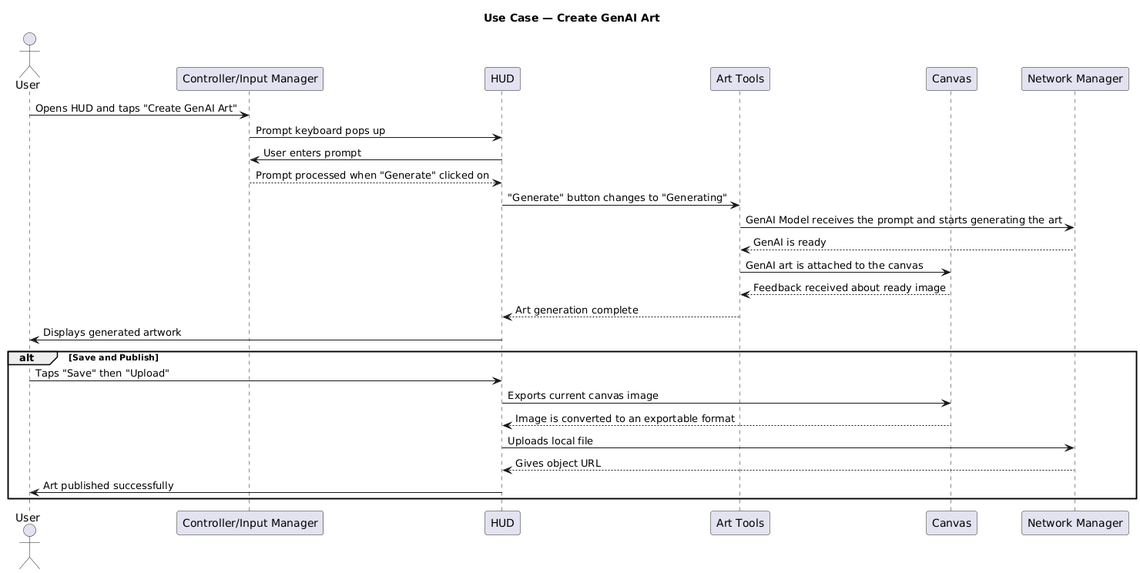
Earlier version of the PlantUML export uml/sequence diagrams/Create_GenAI_Art/image.png (batunii/Project_X). The source it was exported from:
```plantuml
@startuml
title Use Case — Create GenAI Art

actor User
participant "Controller/Input Manager" as Input
participant "HUD" as HUD
participant "Art Tools" as Tools
participant "Canvas" as Canvas
participant "Network Manager" as Net

User -> Input : Opens HUD and taps "Create GenAI Art"
Input -> HUD : Prompt keyboard pops up
HUD -> Input : User enters prompt
Input --> HUD : Prompt processed when "Generate" clicked on
HUD -> Tools : "Generate" button changes to "Generating"
Tools -> Net : GenAI Model receives the prompt and starts generating the art
Net --> Tools : GenAI is ready
Tools -> Canvas : GenAI art is attached to the canvas
Canvas --> Tools : Feedback received about ready image
Tools --> HUD : Art generation complete
HUD -> User : Displays generated artwork

alt Save and Publish
    User -> HUD : Taps "Save" then "Upload"
    HUD -> Canvas : Exports current canvas image
    Canvas --> HUD : Image is converted to an exportable format
    HUD -> Net : Uploads local file
    Net --> HUD : Gives object URL
    HUD -> User : Art published successfully
end
@enduml
```
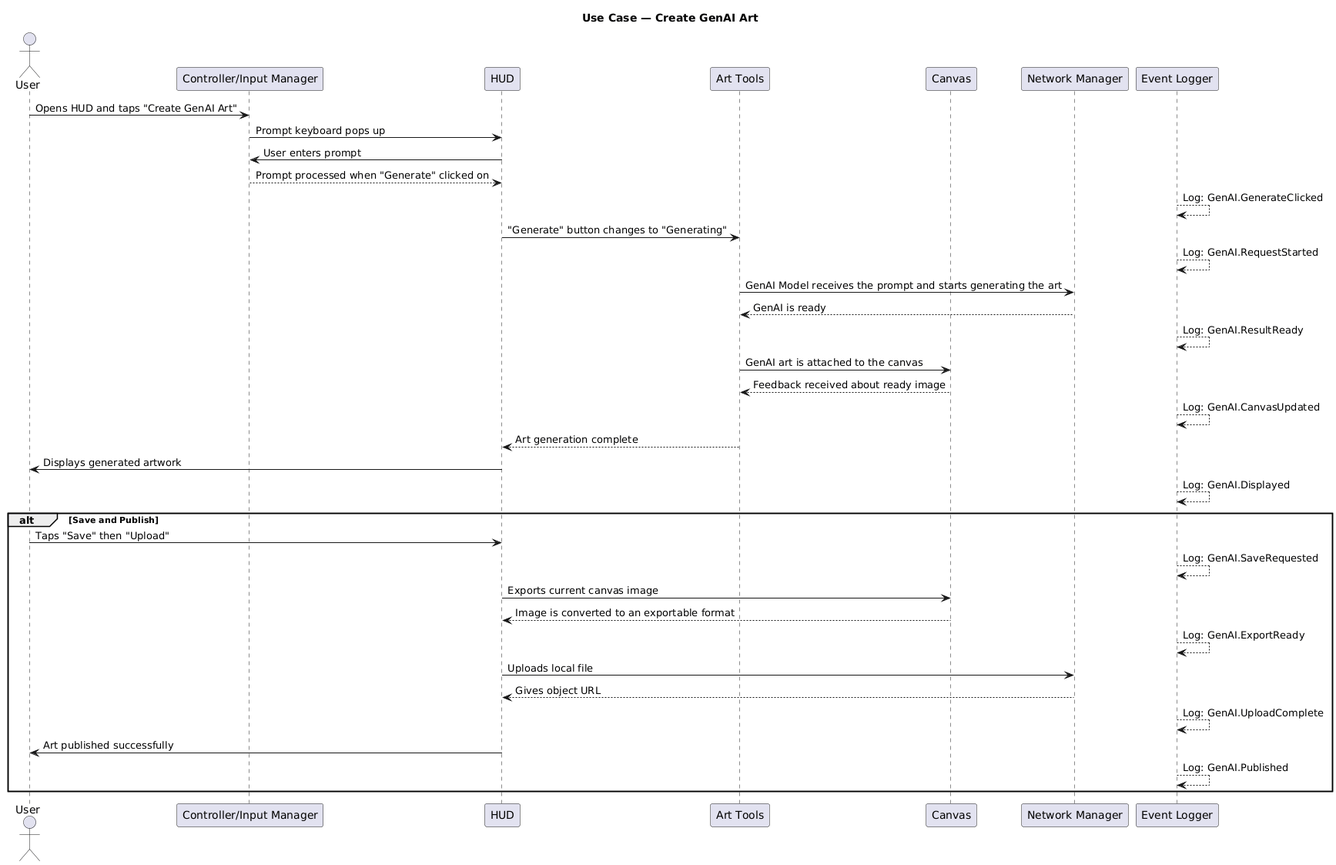
The same file after the commit.

Commit message:
Added logs in Create GenAI Art Sequence Diagram

Diff of the diagram source:
```diff
@@ -7,25 +7,35 @@
 participant "Art Tools" as Tools
 participant "Canvas" as Canvas
 participant "Network Manager" as Net
+participant "Event Logger" as Log
 
 User -> Input : Opens HUD and taps "Create GenAI Art"
 Input -> HUD : Prompt keyboard pops up
 HUD -> Input : User enters prompt
 Input --> HUD : Prompt processed when "Generate" clicked on
+Log --> Log: Log: GenAI.GenerateClicked
 HUD -> Tools : "Generate" button changes to "Generating"
+Log --> Log: Log: GenAI.RequestStarted
 Tools -> Net : GenAI Model receives the prompt and starts generating the art
 Net --> Tools : GenAI is ready
+Log --> Log: Log: GenAI.ResultReady
 Tools -> Canvas : GenAI art is attached to the canvas
 Canvas --> Tools : Feedback received about ready image
+Log --> Log: Log: GenAI.CanvasUpdated
 Tools --> HUD : Art generation complete
 HUD -> User : Displays generated artwork
+Log --> Log: Log: GenAI.Displayed
 
 alt Save and Publish
     User -> HUD : Taps "Save" then "Upload"
+    Log --> Log: Log: GenAI.SaveRequested
     HUD -> Canvas : Exports current canvas image
     Canvas --> HUD : Image is converted to an exportable format
+    Log --> Log: Log: GenAI.ExportReady
     HUD -> Net : Uploads local file
     Net --> HUD : Gives object URL
+    Log --> Log: Log: GenAI.UploadComplete
     HUD -> User : Art published successfully
+    Log --> Log: Log: GenAI.Published
 end
 @enduml
```
